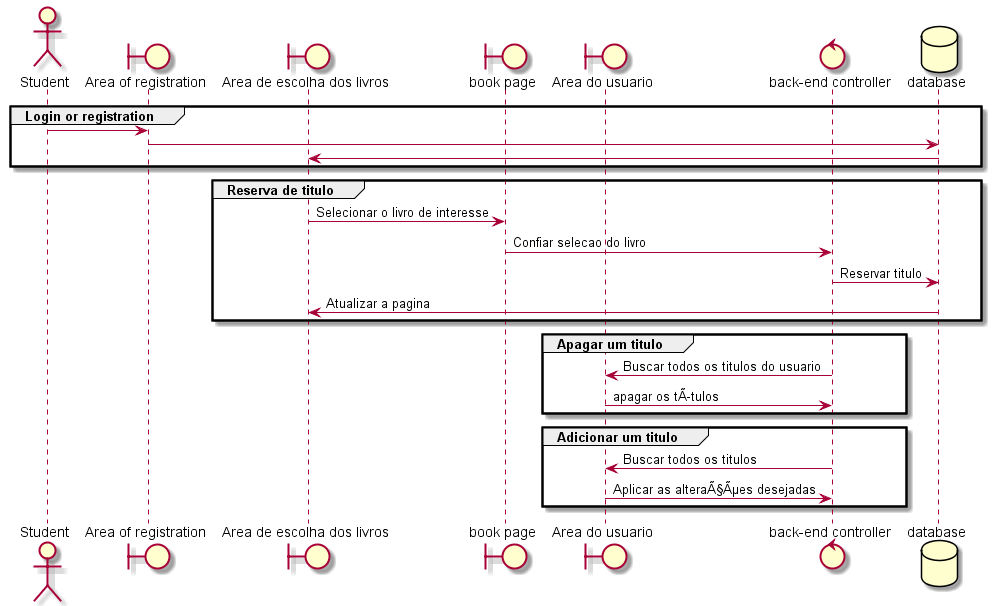
Before: uml/sequence.png, a diagram exported from PlantUML (rickymal/bug-free-invention).
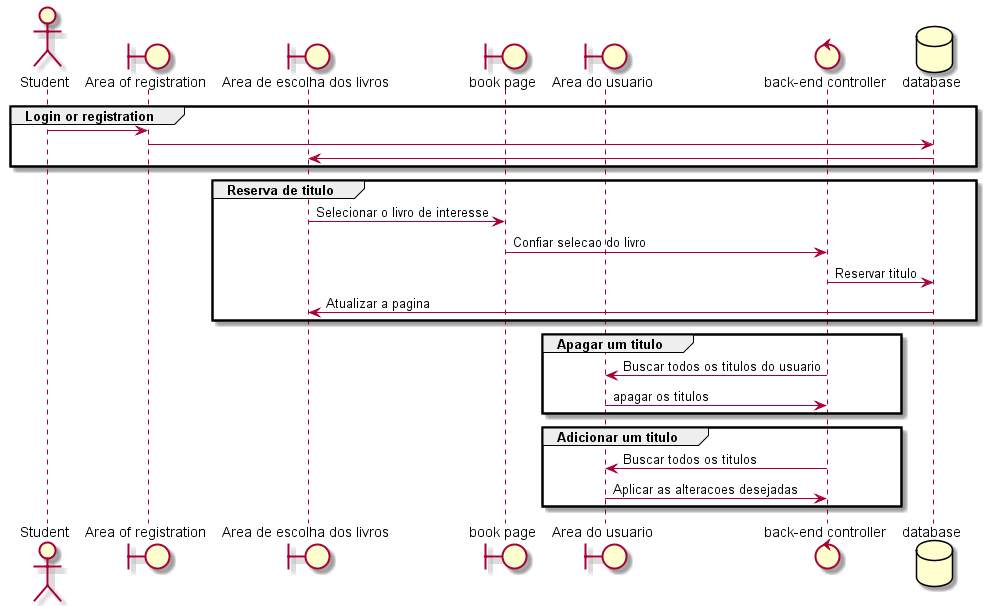
After the commit.

Commit message:
changes diagram sequence

Diff of the diagram source:
```diff
@@ -33,12 +33,12 @@
 
 group Apagar um titulo
 controller -> dash : Buscar todos os titulos do usuario
-dash -> controller : apagar os tÃ­tulos
+dash -> controller : apagar os titulos
 end
 
 group Adicionar um titulo
 controller -> dash : Buscar todos os titulos
-dash -> controller : Aplicar as alteraÃ§Ãµes desejadas
+dash -> controller : Aplicar as alteracoes desejadas
 end
 
 
```
